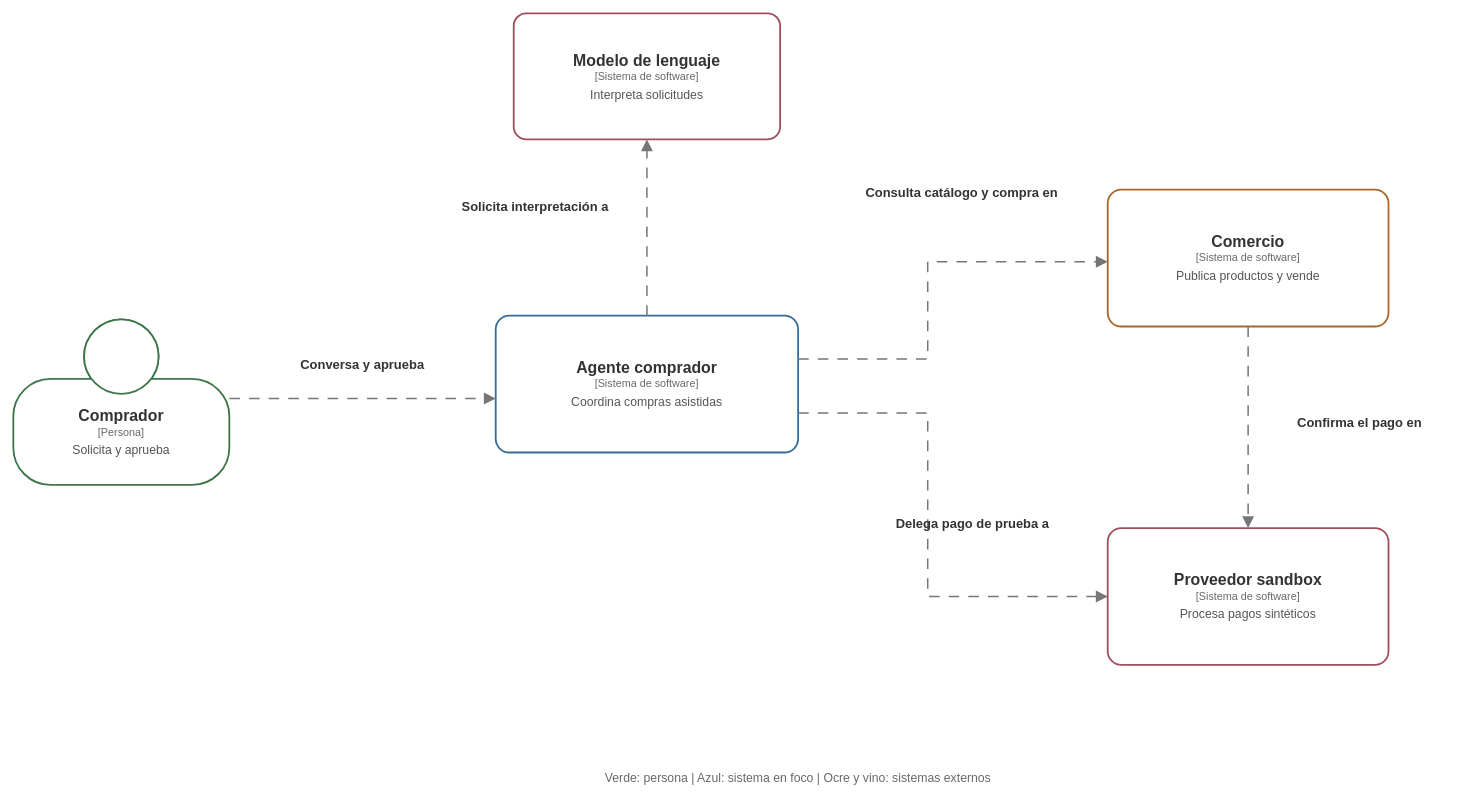
Above: docs/diagrams/agent-system-context-c4.drawio in Tesis-Agentes-Comerciales/tesis-commerce-agent (draw.io), before the change. Source tidied: cells renumbered, new cells numbered last; positions are measured from the earlier drawing's top-left corner, leaving out a move shared by most shapes. Both pictures are drawn from the tidied source at 72%, with x=0, y=0 at pixel (13, 13).
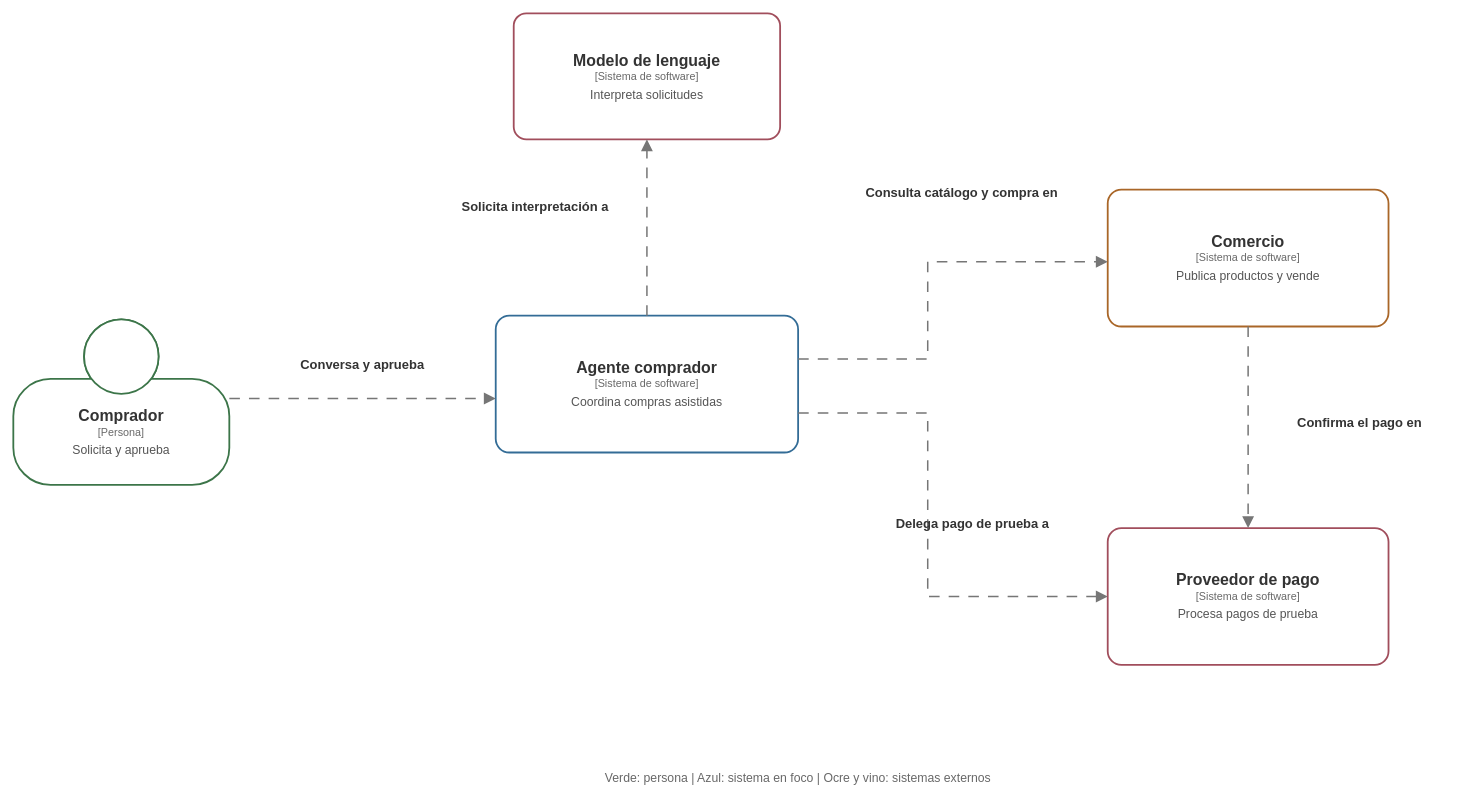
The same diagram, later.

Change to the diagram source:
```diff
@@
-    <object id="5" label="&lt;div style=&quot;font-family:Arial;color:#333333&quot;&gt;&lt;div style=&quot;font-size:22px&quot;&gt;&lt;b&gt;%c4Name%&lt;/b&gt;&lt;/div&gt;&lt;div style=&quot;font-size:15px;color:#686868&quot;&gt;[%c4Type%]&lt;/div&gt;&lt;div style=&quot;font-size:17px;color:#555555;margin-top:7px&quot;&gt;%c4Description%&lt;/div&gt;&lt;/div&gt;" c4Description="Procesa pagos sintéticos" c4Name="Proveedor sandbox" c4Type="Sistema de software" placeholders="1">
+    <object id="5" label="&lt;div style=&quot;font-family:Arial;color:#333333&quot;&gt;&lt;div style=&quot;font-size:22px&quot;&gt;&lt;b&gt;%c4Name%&lt;/b&gt;&lt;/div&gt;&lt;div style=&quot;font-size:15px;color:#686868&quot;&gt;[%c4Type%]&lt;/div&gt;&lt;div style=&quot;font-size:17px;color:#555555;margin-top:7px&quot;&gt;%c4Description%&lt;/div&gt;&lt;/div&gt;" c4Description="Procesa pagos de prueba" c4Name="Proveedor de pago" c4Type="Sistema de software" placeholders="1">
       <mxCell style="rounded=1;arcSize=10;align=center;whiteSpace=wrap;html=1;labelBackgroundColor=none;fillColor=#FFFFFF;strokeColor=#A14E5C;strokeColor2=#A14E5C;strokeWidth=2.5;fontColor=#333333;" parent="1" vertex="1">
         <mxGeometry x="1520" y="715" width="390" height="190" as="geometry" />
       </mxCell>
     </object>
```
